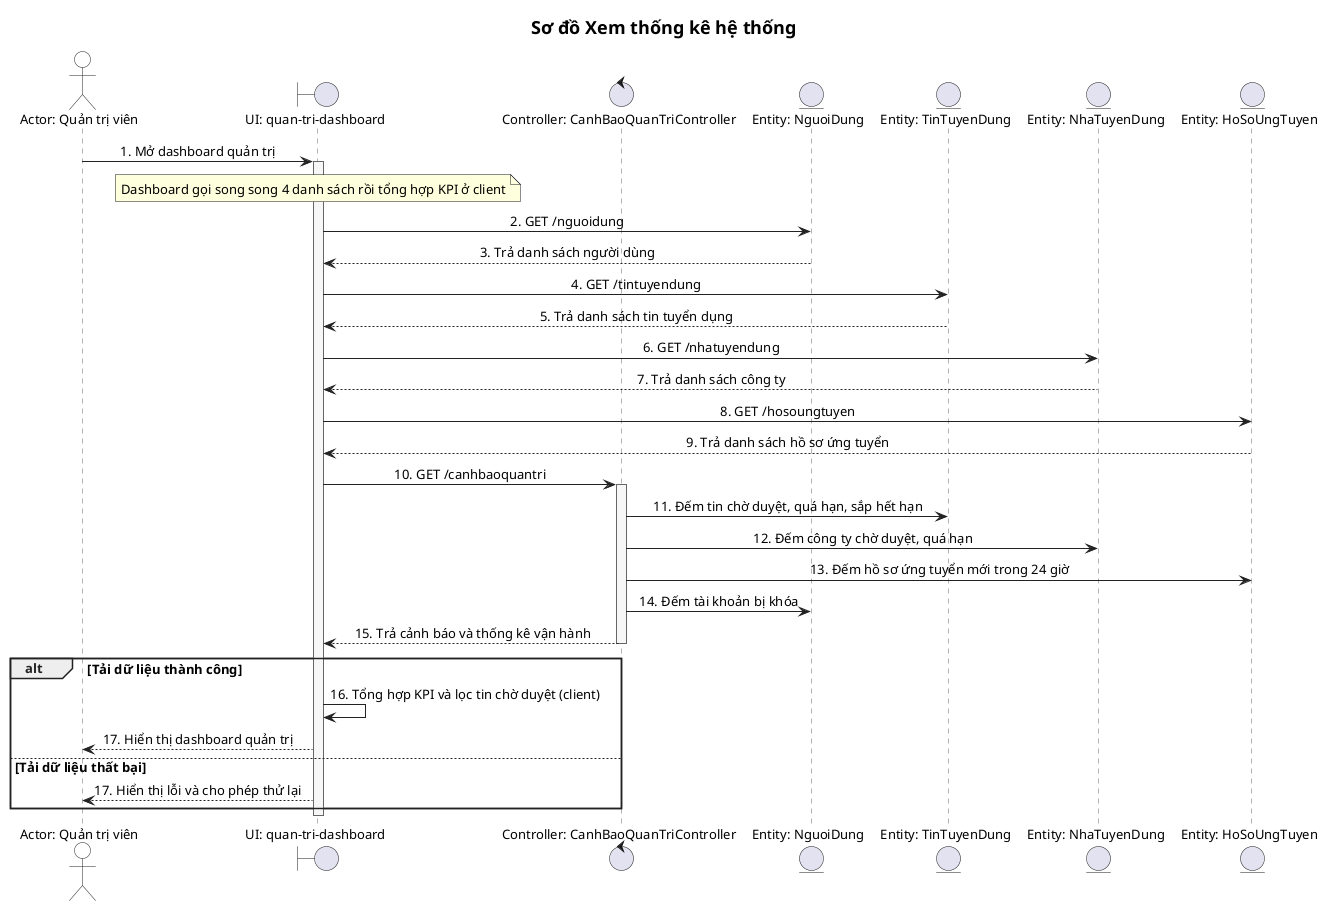
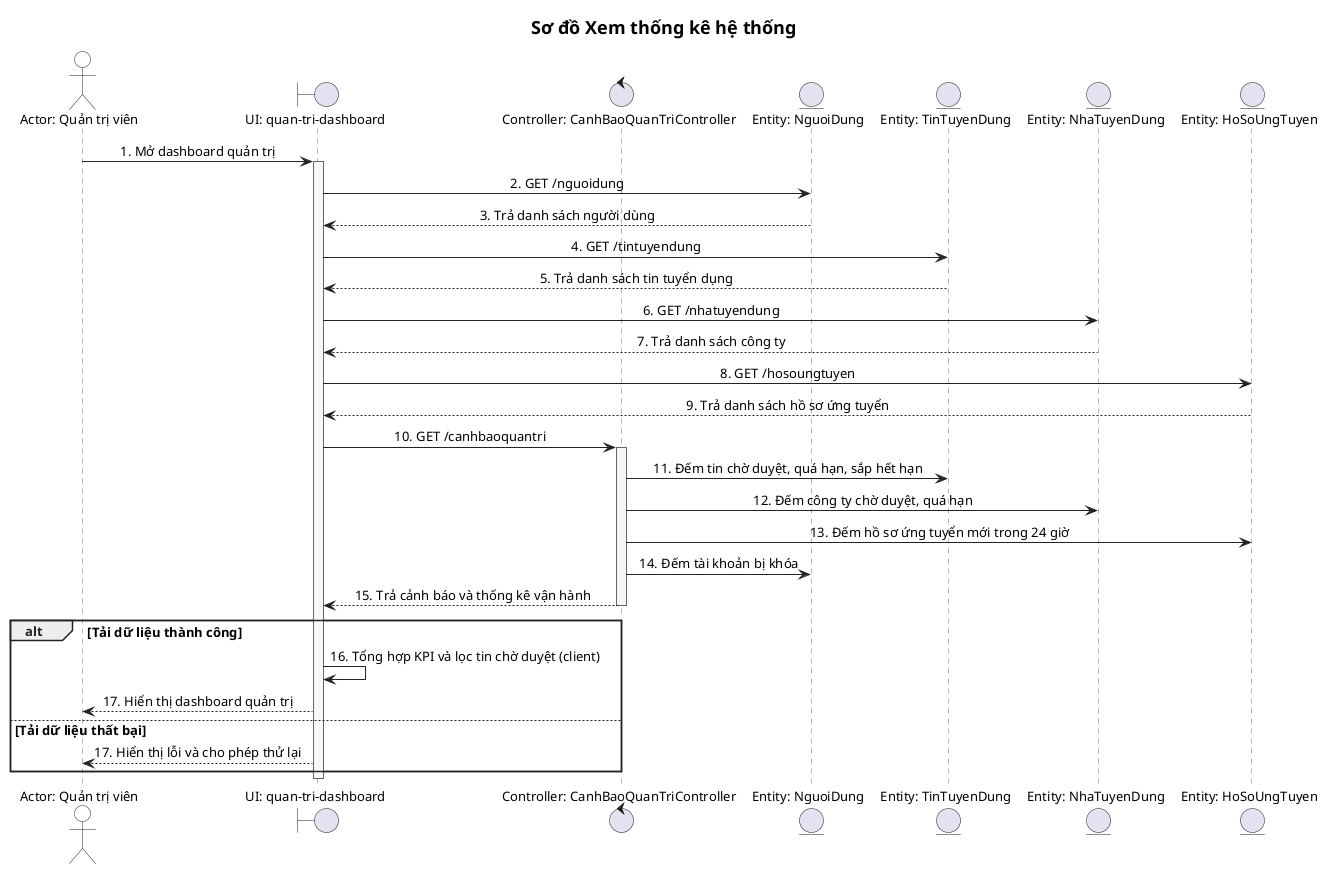
@startuml
skinparam defaultFontName "Segoe UI"
skinparam titleFontName "Segoe UI"
skinparam defaultFontSize 13
skinparam titleFontSize 18
skinparam shadowing false
skinparam linetype ortho
skinparam sequenceMessageAlign center
skinparam sequence {
  ArrowColor #222222
  LifeLineBorderColor #666666
  LifeLineBackgroundColor #F7F7F7
  ParticipantBorderColor #222222
  ParticipantBackgroundColor White
  ActorBorderColor #222222
  ActorBackgroundColor White
  BoxBorderColor #888888
  GroupBorderColor #222222
  GroupHeaderFontColor #222222
}
title Sơ đồ Xem thống kê hệ thống

actor "Actor: Quản trị viên" as Actor
boundary "UI: quan-tri-dashboard" as UI
control "Controller: CanhBaoQuanTriController" as AlertController
entity "Entity: NguoiDung" as NguoiDung
entity "Entity: TinTuyenDung" as TinTuyenDung
entity "Entity: NhaTuyenDung" as NhaTuyenDung
entity "Entity: HoSoUngTuyen" as HoSoUngTuyen

Actor -> UI : 1. Mở dashboard quản trị
activate UI

- note over UI : Dashboard gọi song song 4 danh sách rồi tổng hợp KPI ở client
- 
UI -> NguoiDung : 2. GET /nguoidung
NguoiDung --> UI : 3. Trả danh sách người dùng
UI -> TinTuyenDung : 4. GET /tintuyendung
TinTuyenDung --> UI : 5. Trả danh sách tin tuyển dụng
UI -> NhaTuyenDung : 6. GET /nhatuyendung
NhaTuyenDung --> UI : 7. Trả danh sách công ty
UI -> HoSoUngTuyen : 8. GET /hosoungtuyen
HoSoUngTuyen --> UI : 9. Trả danh sách hồ sơ ứng tuyển

UI -> AlertController : 10. GET /canhbaoquantri
activate AlertController
AlertController -> TinTuyenDung : 11. Đếm tin chờ duyệt, quá hạn, sắp hết hạn
AlertController -> NhaTuyenDung : 12. Đếm công ty chờ duyệt, quá hạn
AlertController -> HoSoUngTuyen : 13. Đếm hồ sơ ứng tuyển mới trong 24 giờ
AlertController -> NguoiDung : 14. Đếm tài khoản bị khóa
AlertController --> UI : 15. Trả cảnh báo và thống kê vận hành
deactivate AlertController

alt Tải dữ liệu thành công
  UI -> UI : 16. Tổng hợp KPI và lọc tin chờ duyệt (client)
  UI --> Actor : 17. Hiển thị dashboard quản trị
else Tải dữ liệu thất bại
  UI --> Actor : 17. Hiển thị lỗi và cho phép thử lại
end
deactivate UI
@enduml
